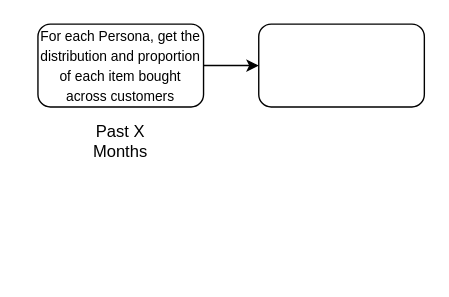
Earlier version of the draw.io diagram Untitled Diagram.drawio (rhanielrhett/pyxll-examples). Source tidied: cells renumbered, new cells numbered last; positions are measured from the earlier drawing's top-left corner, leaving out a move shared by most shapes. Both pictures are drawn from the tidied source at 138%, with x=0, y=0 at pixel (37, 23).
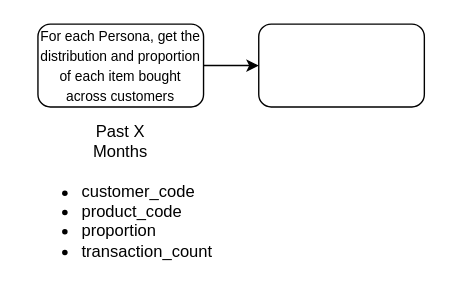
After the change.

What changed in the source:
```diff
@@
 <mxGraphModel>
   <root>
     <mxCell id="0" />
     <mxCell id="1" parent="0" />
     <mxCell id="2" style="edgeStyle=orthogonalEdgeStyle;rounded=0;jettySize=auto;html=1;exitX=1;exitY=0.5;exitDx=0;exitDy=0;" parent="1" edge="1" source="3" target="4">
       <mxGeometry relative="1" as="geometry" />
     </mxCell>
     <mxCell id="3" value="&lt;font style=&quot;font-size: 10px;&quot;&gt;For each Persona, get the distribution and proportion of each item bought across customers&lt;/font&gt;" style="rounded=1;whiteSpace=wrap;html=1;" parent="1" vertex="1">
       <mxGeometry width="120" height="60" as="geometry" />
     </mxCell>
     <mxCell id="4" style="rounded=1;whiteSpace=wrap;html=1;" parent="1" vertex="1">
       <mxGeometry x="160" width="120" height="60" as="geometry" />
     </mxCell>
     <mxCell id="5" value="Past X Months" style="text;html=1;strokeColor=none;fillColor=none;align=center;verticalAlign=middle;whiteSpace=wrap;rounded=0;" parent="1" vertex="1">
       <mxGeometry x="30" y="70" width="60" height="30" as="geometry" />
     </mxCell>
+    <mxCell id="6" value="&lt;ul style=&quot;&quot;&gt;&lt;li&gt;customer_code&lt;/li&gt;&lt;li&gt;product_code&lt;/li&gt;&lt;li&gt;proportion&lt;/li&gt;&lt;li&gt;transaction_count&lt;/li&gt;&lt;/ul&gt;" style="text;strokeColor=none;fillColor=none;html=1;whiteSpace=wrap;verticalAlign=middle;overflow=hidden;" parent="1" vertex="1">
+      <mxGeometry x="-10" y="100" width="140" height="80" as="geometry" />
+    </mxCell>
   </root>
 </mxGraphModel>
```
